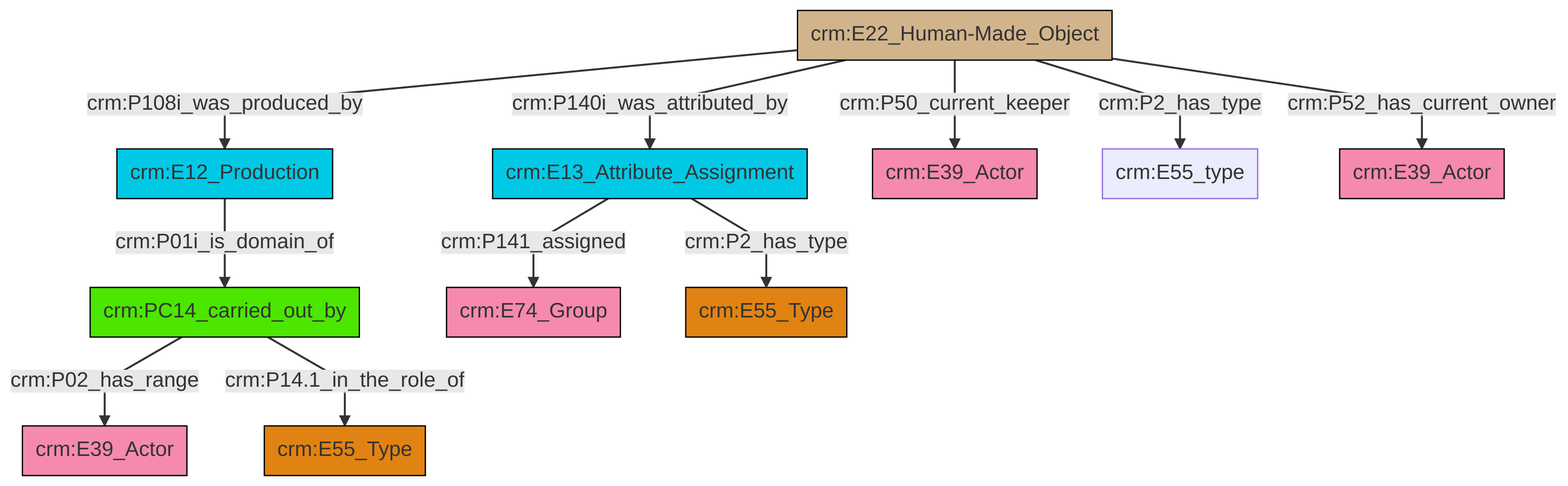
Above: et/artworkCSV/ttl/mmd/png/Artwork_Actor_Relations.png in swiss-art-research-net/reference-data-models (Mermaid), before the change. Its source is kept beside it as et/artworkCSV/ttl/mmd/Artwork_Actor_Relations.ttl.mmd.
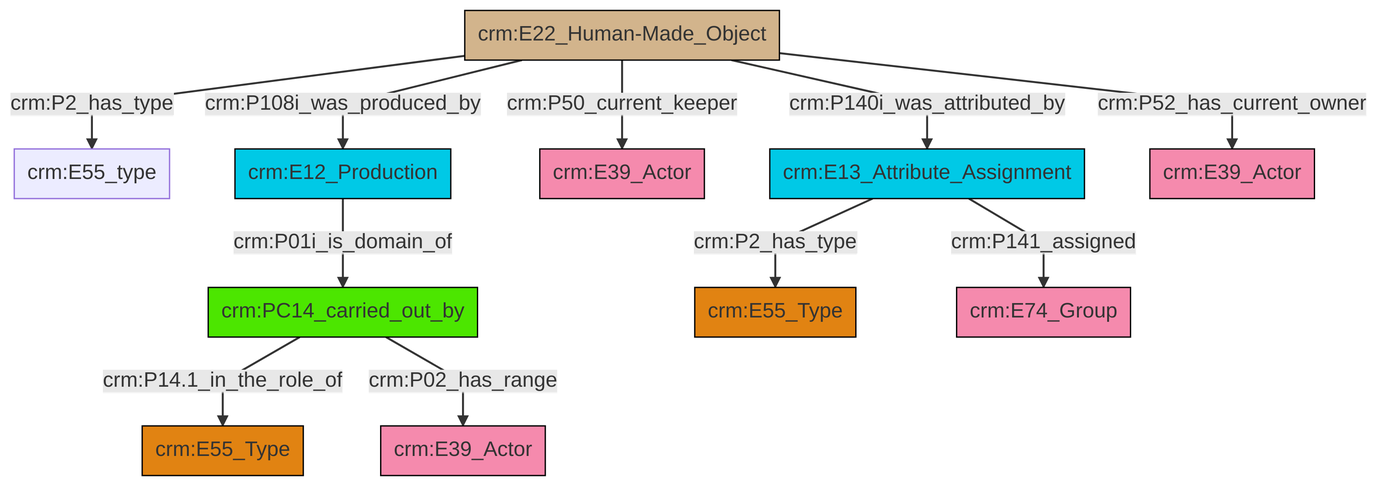
Later version of the same file.

Diff of the diagram source:
```diff
@@ -13,13 +13,13 @@
 classDef PC_Classes fill:#4ce600, stroke:#000000;
 classDef Multi fill:#cccccc,stroke:#000000;
 
-0["crm:E12_Production"]:::Temporal_Entity -->|crm:P01i_is_domain_of| 1["crm:PC14_carried_out_by"]:::PC_Classes
-2["crm:E13_Attribute_Assignment"]:::Temporal_Entity -->|crm:P141_assigned| 3["crm:E74_Group"]:::Actor
-4["crm:E22_Human-Made_Object"]:::Physical_Thing -->|crm:P50_current_keeper| 5["crm:E39_Actor"]:::Actor
-4["crm:E22_Human-Made_Object"]:::Physical_Thing -->|crm:P2_has_type| 6["crm:E55_type"]:::Default
-1["crm:PC14_carried_out_by"]:::PC_Classes -->|crm:P02_has_range| 9["crm:E39_Actor"]:::Actor
-4["crm:E22_Human-Made_Object"]:::Physical_Thing -->|crm:P108i_was_produced_by| 0["crm:E12_Production"]:::Temporal_Entity
-4["crm:E22_Human-Made_Object"]:::Physical_Thing -->|crm:P140i_was_attributed_by| 2["crm:E13_Attribute_Assignment"]:::Temporal_Entity
-4["crm:E22_Human-Made_Object"]:::Physical_Thing -->|crm:P52_has_current_owner| 11["crm:E39_Actor"]:::Actor
-2["crm:E13_Attribute_Assignment"]:::Temporal_Entity -->|crm:P2_has_type| 14["crm:E55_Type"]:::Type
-1["crm:PC14_carried_out_by"]:::PC_Classes -->|crm:P14.1_in_the_role_of| 17["crm:E55_Type"]:::Type
+0["crm:E22_Human-Made_Object"]:::Physical_Thing -->|crm:P2_has_type| 1["crm:E55_type"]:::Default
+0["crm:E22_Human-Made_Object"]:::Physical_Thing -->|crm:P108i_was_produced_by| 2["crm:E12_Production"]:::Temporal_Entity
+2["crm:E12_Production"]:::Temporal_Entity -->|crm:P01i_is_domain_of| 4["crm:PC14_carried_out_by"]:::PC_Classes
+4["crm:PC14_carried_out_by"]:::PC_Classes -->|crm:P14.1_in_the_role_of| 6["crm:E55_Type"]:::Type
+4["crm:PC14_carried_out_by"]:::PC_Classes -->|crm:P02_has_range| 8["crm:E39_Actor"]:::Actor
+0["crm:E22_Human-Made_Object"]:::Physical_Thing -->|crm:P140i_was_attributed_by| 14["crm:E13_Attribute_Assignment"]:::Temporal_Entity
+14["crm:E13_Attribute_Assignment"]:::Temporal_Entity -->|crm:P141_assigned| 15["crm:E74_Group"]:::Actor
+14["crm:E13_Attribute_Assignment"]:::Temporal_Entity -->|crm:P2_has_type| 9["crm:E55_Type"]:::Type
+0["crm:E22_Human-Made_Object"]:::Physical_Thing -->|crm:P52_has_current_owner| 17["crm:E39_Actor"]:::Actor
+0["crm:E22_Human-Made_Object"]:::Physical_Thing -->|crm:P50_current_keeper| 11["crm:E39_Actor"]:::Actor
```
